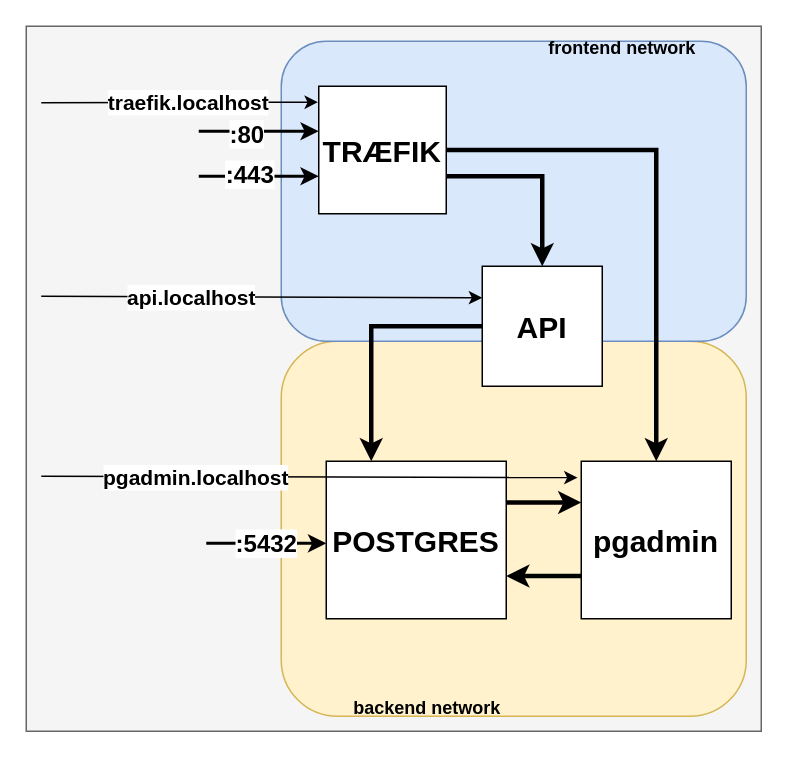
Above: utility/3sem-setup-local.drawio in tysker/3sem-traefik-setup-local (draw.io), before the change. Source tidied: cells renumbered, new cells numbered last; positions are measured from the earlier drawing's top-left corner, leaving out a move shared by most shapes. Both pictures are drawn from the tidied source at 150%, with x=0, y=0 at pixel (26, 26).
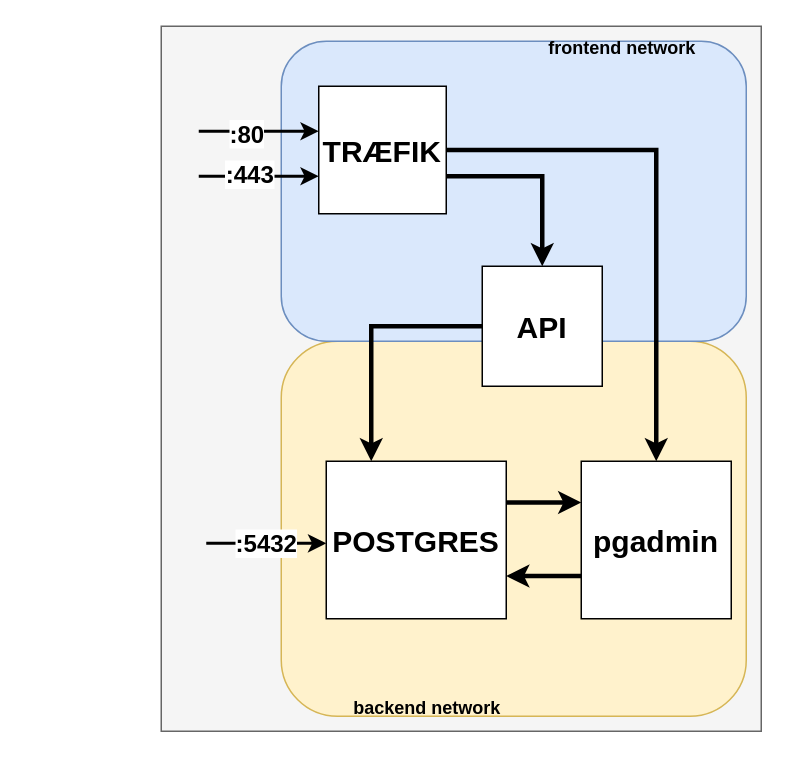
The same diagram, later.

Unchanged cells that the change refers to:
```xml
<mxCell id="7" value="&lt;b&gt;&lt;font style=&quot;font-size: 20px;&quot;&gt;TRÆFIK&lt;/font&gt;&lt;/b&gt;" style="rounded=0;whiteSpace=wrap;html=1;" parent="1" vertex="1">
  <mxGeometry x="195" y="40" width="85" height="85" as="geometry" />
</mxCell>
<mxCell id="11" value="&lt;b&gt;&lt;font style=&quot;font-size: 20px;&quot;&gt;pgadmin&lt;/font&gt;&lt;/b&gt;" style="rounded=0;whiteSpace=wrap;html=1;" parent="1" vertex="1">
  <mxGeometry x="370" y="290" width="100" height="105" as="geometry" />
</mxCell>
```

The edit, as a diff of the source:
```diff
@@
     <mxCell id="2" style="rounded=0;whiteSpace=wrap;html=1;fillColor=#f5f5f5;fontColor=#333333;strokeColor=#666666;" parent="1" vertex="1">
-      <mxGeometry width="490" height="470" as="geometry" />
+      <mxGeometry x="90" width="400" height="470" as="geometry" />
     </mxCell>
@@
-    <mxCell id="21" style="endArrow=classic;html=1;rounded=0;entryX=-0.006;entryY=0.125;entryDx=0;entryDy=0;entryPerimeter=0;" parent="1" edge="1" target="7">
-      <mxGeometry relative="1" as="geometry">
-        <mxPoint x="10" y="51" as="sourcePoint" />
-      </mxGeometry>
-    </mxCell>
-    <mxCell id="22" value="&lt;font style=&quot;font-size: 14px;&quot;&gt;&lt;b&gt;traefik.localhost&lt;/b&gt;&lt;/font&gt;" style="edgeLabel;html=1;align=center;verticalAlign=middle;" parent="21" vertex="1">
-      <mxGeometry relative="1" as="geometry">
-        <mxPoint x="6" as="offset" />
-      </mxGeometry>
-    </mxCell>
-    <mxCell id="23" style="endArrow=classic;html=1;rounded=0;entryX=-0.006;entryY=0.125;entryDx=0;entryDy=0;entryPerimeter=0;" parent="1" edge="1">
-      <mxGeometry relative="1" as="geometry">
-        <mxPoint x="10" y="180" as="sourcePoint" />
-        <mxPoint x="304" y="181" as="targetPoint" />
-      </mxGeometry>
-    </mxCell>
-    <mxCell id="24" value="&lt;font style=&quot;font-size: 14px;&quot;&gt;&lt;b&gt;api.localhost&lt;/b&gt;&lt;/font&gt;" style="edgeLabel;html=1;align=center;verticalAlign=middle;" parent="23" vertex="1">
-      <mxGeometry relative="1" as="geometry">
-        <mxPoint x="-47" as="offset" />
-      </mxGeometry>
-    </mxCell>
-    <mxCell id="25" style="endArrow=classic;html=1;rounded=0;entryX=-0.024;entryY=0.104;entryDx=0;entryDy=0;entryPerimeter=0;" parent="1" edge="1" target="11">
-      <mxGeometry relative="1" as="geometry">
-        <mxPoint x="10" y="300" as="sourcePoint" />
-      </mxGeometry>
-    </mxCell>
-    <mxCell id="26" value="&lt;font style=&quot;font-size: 14px;&quot;&gt;&lt;b&gt;pgadmin.localhost&lt;/b&gt;&lt;/font&gt;" style="edgeLabel;html=1;align=center;verticalAlign=middle;" parent="25" vertex="1">
-      <mxGeometry relative="1" as="geometry">
-        <mxPoint x="-76" as="offset" />
-      </mxGeometry>
-    </mxCell>
```
